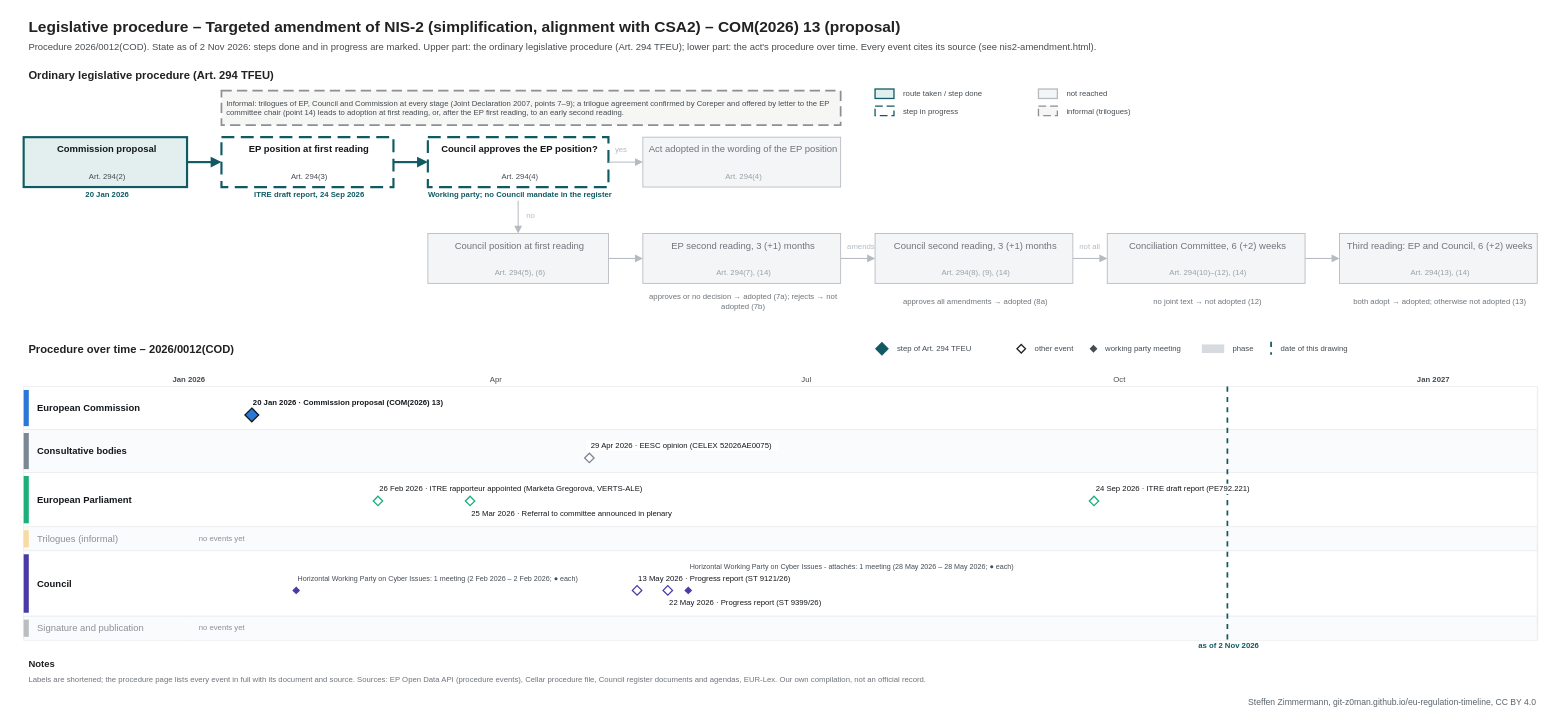
This is procedures/nis2-amendment.drawio from git-z0man/eu-regulation-timeline, a draw.io file, before an edit. Source tidied: cells renumbered, new cells numbered last; positions are measured from the earlier drawing's top-left corner, leaving out a move shared by most shapes. Both pictures are drawn from the tidied source at 86%, with x=0, y=0 at pixel (15, 15).
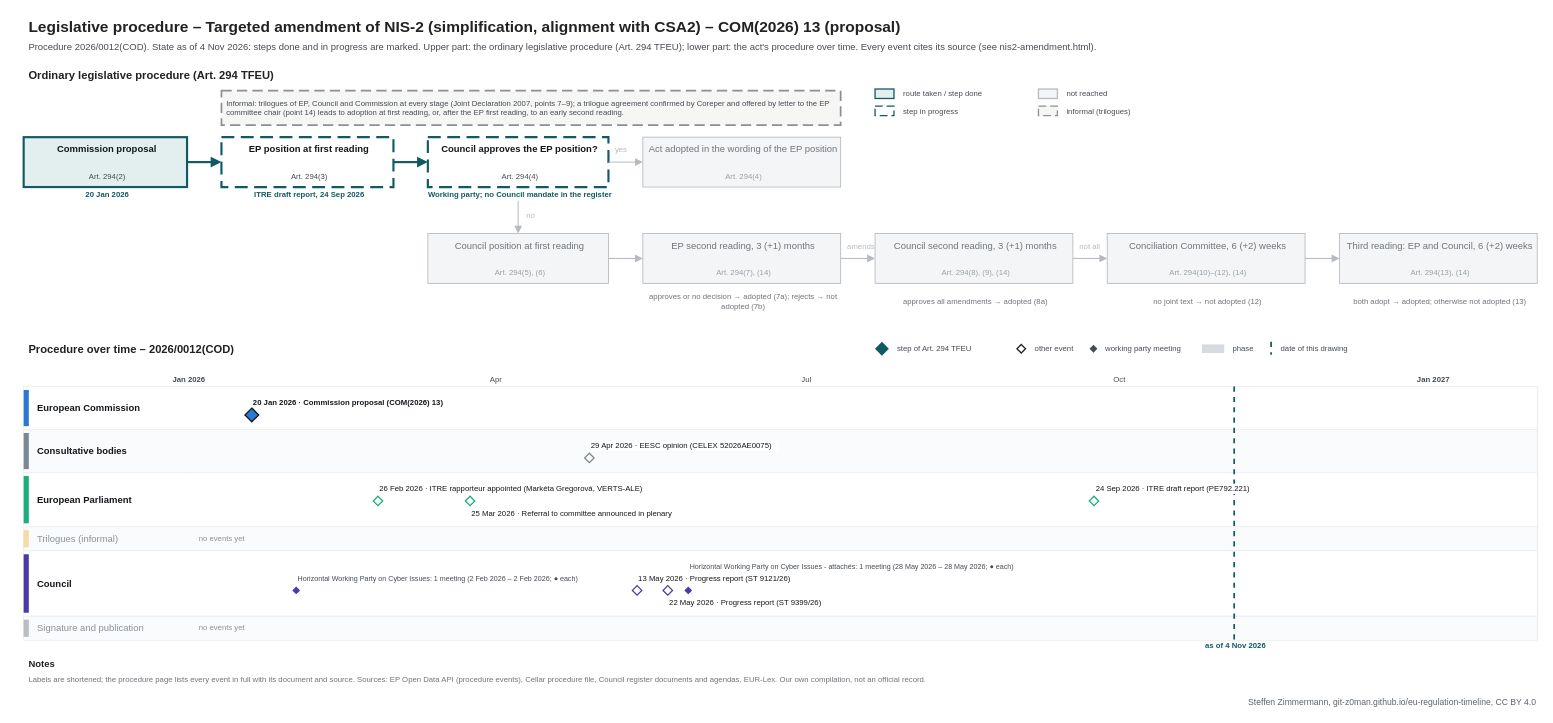
Above is the later version.

Diff of the diagram source:
```diff
@@
-    <mxCell id="3" value="Procedure 2026/0012(COD). State as of 2 Nov 2026: steps done and in progress are marked. Upper part: the ordinary legislative procedure (Art. 294 TFEU); lower part: the act's procedure over time. Every event cites its source (see nis2-amendment.html)." style="text;html=1;fontSize=11;fontColor=#454c53;align=left;verticalAlign=middle;spacingLeft=4;" parent="1" vertex="1">
+    <mxCell id="3" value="Procedure 2026/0012(COD). State as of 4 Nov 2026: steps done and in progress are marked. Upper part: the ordinary legislative procedure (Art. 294 TFEU); lower part: the act's procedure over time. Every event cites its source (see nis2-amendment.html)." style="text;html=1;fontSize=11;fontColor=#454c53;align=left;verticalAlign=middle;spacingLeft=4;" parent="1" vertex="1">
       <mxGeometry x="10" y="28" width="1700" height="18" as="geometry" />
     </mxCell>
@@
     <mxCell id="111" style="line;html=1;strokeWidth=2;strokeColor=#0f5a63;direction=south;dashed=1;" parent="1" vertex="1">
-      <mxGeometry x="1409.2" y="432" width="1" height="295" as="geometry" />
+      <mxGeometry x="1417.1" y="432" width="1" height="295" as="geometry" />
     </mxCell>
-    <mxCell id="112" value="as of 2 Nov 2026" style="text;html=1;fontSize=9;fontColor=#0f5a63;align=center;verticalAlign=middle;spacingLeft=4;fontStyle=1;" parent="1" vertex="1">
-      <mxGeometry x="1349.2" y="728" width="120" height="12" as="geometry" />
+    <mxCell id="112" value="as of 4 Nov 2026" style="text;html=1;fontSize=9;fontColor=#0f5a63;align=center;verticalAlign=middle;spacingLeft=4;fontStyle=1;" parent="1" vertex="1">
+      <mxGeometry x="1357.1" y="728" width="120" height="12" as="geometry" />
     </mxCell>
```
